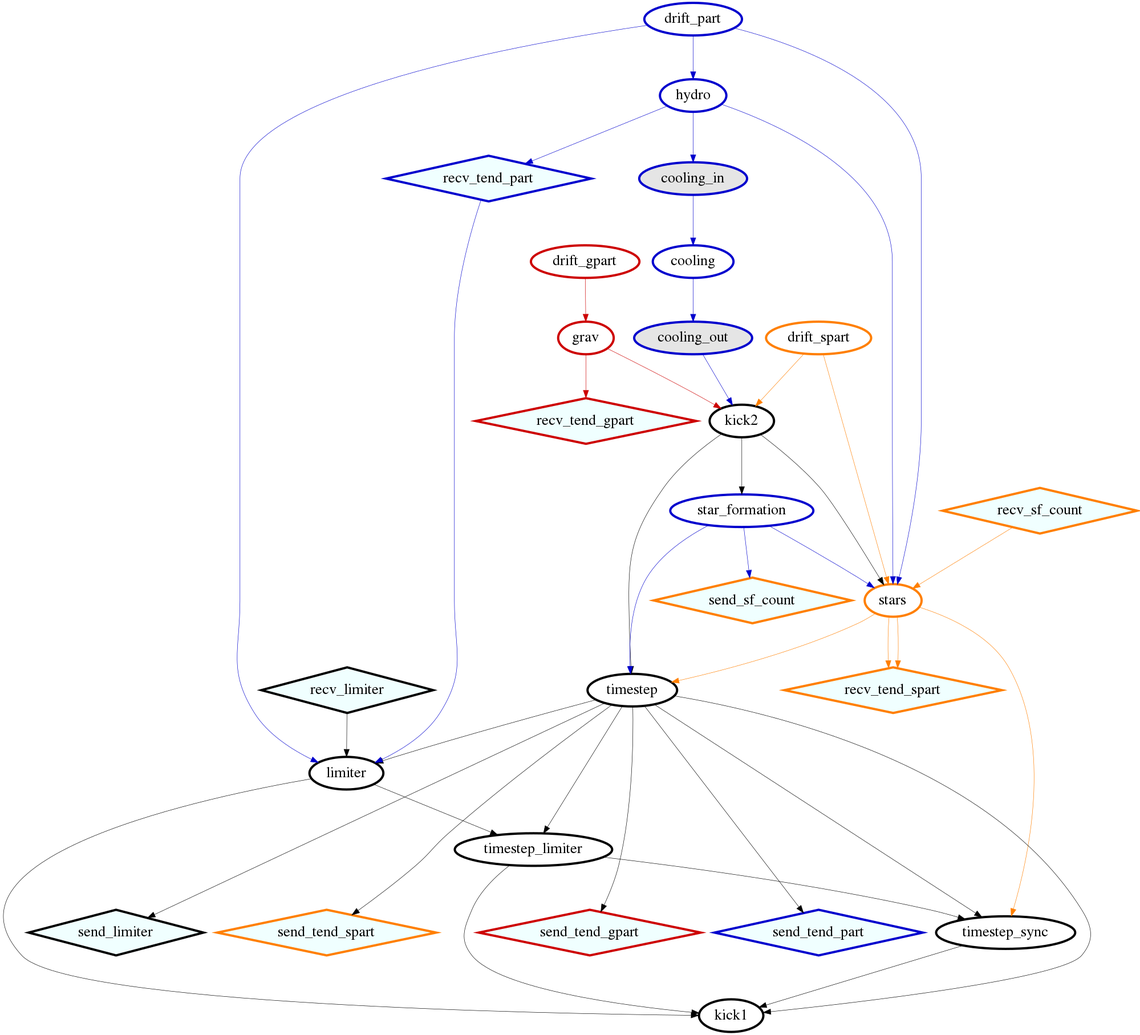
The Graphviz diagram doc/RTD/source/Task/reduced.png in SWIFTSIM/swiftsim, before a commit. Its source is kept beside it as doc/RTD/source/Task/reduced.dot.
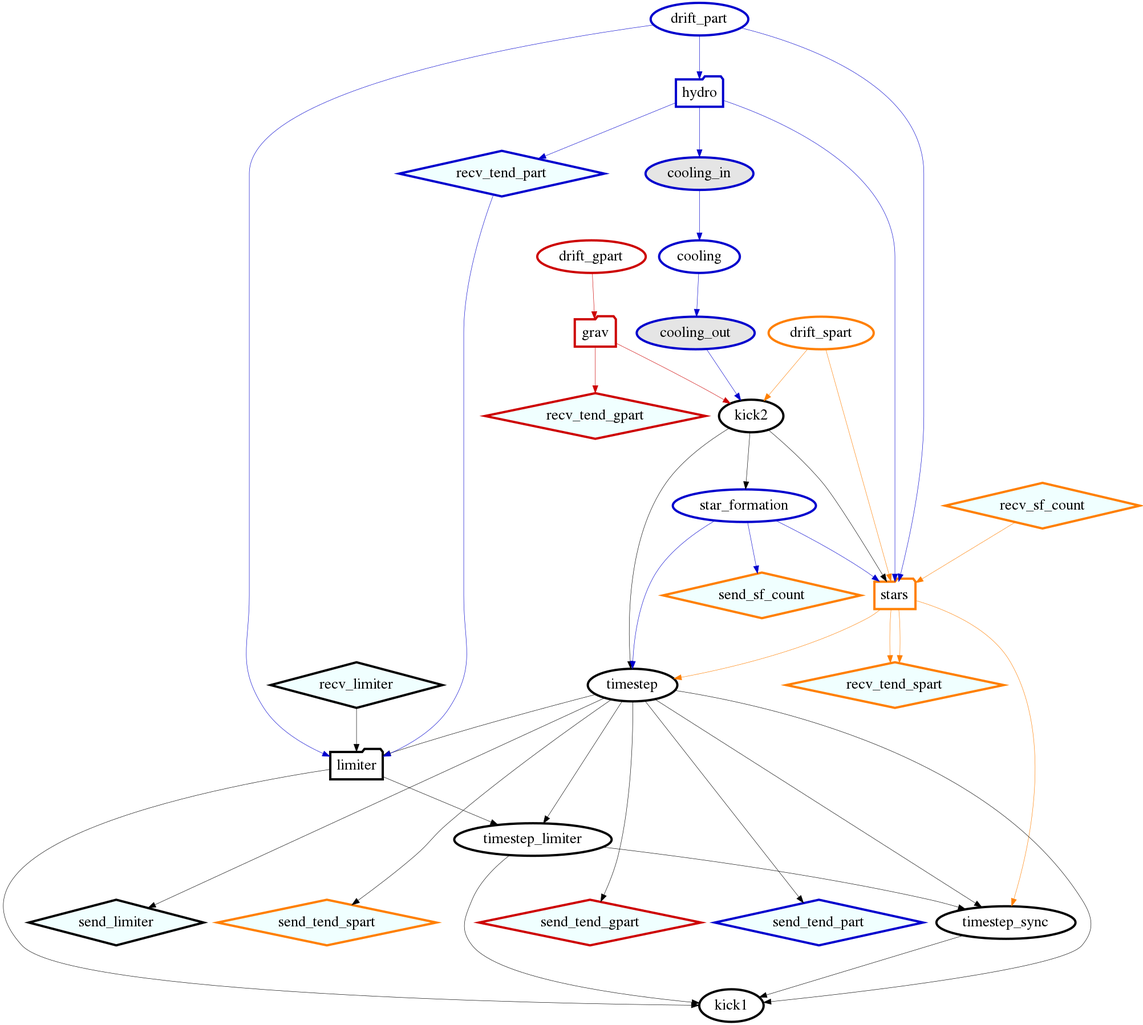
After the commit.

Commit message:
Change shape meta task

What changed in the source:
```diff
@@ -6,10 +6,10 @@
 	 ranksep=0.8;
 
 	 # Special tasks
-	 hydro[color=blue3];
-	 limiter[color=black];
-	 grav[color=red3];
-	 stars[color=darkorange1];
+	 hydro[color=blue3,shape=folder];
+	 limiter[color=black,shape=folder];
+	 grav[color=red3,shape=folder];
+	 stars[color=darkorange1,shape=folder];
 	 drift_part[color=blue3];
 	 drift_spart[color=darkorange1];
 	 drift_gpart[color=red3];
```
